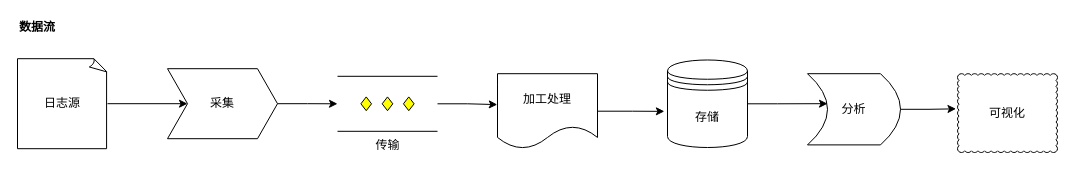
abigalexy/online_drawing keeps this draw.io diagram as achitecture_diagram/亿级日志数据处理流程.drawio. Above is the earlier version. Source tidied: cells renumbered, new cells numbered last; positions are measured from the earlier drawing's top-left corner, leaving out a move shared by most shapes. Both pictures are drawn from the tidied source at 100%, with x=0, y=0 at pixel (17, 17).
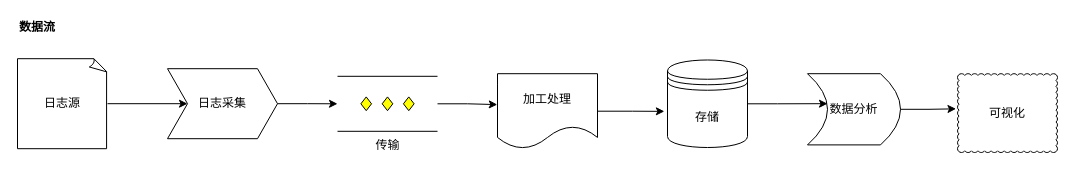
The same page after the edit.

Commit message:
更新亿级日志数据处理流程.drawio

What changed in the source:
```diff
@@
 <mxGraphModel>
   <root>
     <mxCell id="0" />
     <mxCell id="1" parent="0" />
     <mxCell id="2" style="group;" parent="1" vertex="1">
       <mxGeometry width="1040" height="135" as="geometry" />
     </mxCell>
     <mxCell id="3" style="edgeStyle=orthogonalEdgeStyle;rounded=0;jettySize=auto;html=1;entryX=0;entryY=0.5;entryDx=0;entryDy=0;" parent="2" edge="1" source="4" target="6">
       <mxGeometry relative="1" as="geometry" />
     </mxCell>
     <mxCell id="4" value="日志源" style="whiteSpace=wrap;html=1;shape=mxgraph.basic.document;" parent="2" vertex="1">
       <mxGeometry y="41.2" width="90" height="90" as="geometry" />
     </mxCell>
     <mxCell id="5" value="传输" style="verticalLabelPosition=bottom;verticalAlign=top;html=1;shape=mxgraph.flowchart.parallel_mode;" parent="2" vertex="1">
       <mxGeometry x="320" y="58.8" width="100" height="55" as="geometry" />
     </mxCell>
-    <mxCell id="6" value="采集" style="shape=step;perimeter=stepPerimeter;whiteSpace=wrap;html=1;fixedSize=1;" parent="2" vertex="1">
+    <mxCell id="6" value="日志采集" style="shape=step;perimeter=stepPerimeter;whiteSpace=wrap;html=1;fixedSize=1;" parent="2" vertex="1">
       <mxGeometry x="150" y="51.2" width="110" height="70" as="geometry" />
     </mxCell>
     <mxCell id="7" value="加工处理" style="shape=document;whiteSpace=wrap;html=1;boundedLbl=1;" parent="2" vertex="1">
       <mxGeometry x="480" y="56.2" width="100" height="75" as="geometry" />
     </mxCell>
     <mxCell id="8" value="存储" style="shape=datastore;whiteSpace=wrap;html=1;" parent="2" vertex="1">
       <mxGeometry x="650" y="42.5" width="80" height="87.5" as="geometry" />
     </mxCell>
-    <mxCell id="9" value="分析" style="shape=dataStorage;whiteSpace=wrap;html=1;fixedSize=1;direction=west;" parent="2" vertex="1">
+    <mxCell id="9" value="数据分析" style="shape=dataStorage;whiteSpace=wrap;html=1;fixedSize=1;direction=west;" parent="2" vertex="1">
       <mxGeometry x="790" y="56.2" width="93" height="71.2" as="geometry" />
     </mxCell>
     <mxCell id="10" value="可视化" style="whiteSpace=wrap;html=1;shape=mxgraph.basic.cloud_rect;" parent="2" vertex="1">
       <mxGeometry x="940" y="56.2" width="100" height="78.8" as="geometry" />
     </mxCell>
     <mxCell id="11" style="edgeStyle=orthogonalEdgeStyle;rounded=0;jettySize=auto;html=1;entryX=0;entryY=0.5;entryDx=0;entryDy=0;entryPerimeter=0;" parent="2" edge="1" source="6" target="5">
       <mxGeometry relative="1" as="geometry" />
     </mxCell>
     <mxCell id="12" style="edgeStyle=orthogonalEdgeStyle;rounded=0;jettySize=auto;html=1;entryX=-0.002;entryY=0.412;entryDx=0;entryDy=0;entryPerimeter=0;" parent="2" edge="1" source="5" target="7">
       <mxGeometry relative="1" as="geometry" />
     </mxCell>
     <mxCell id="13" style="edgeStyle=orthogonalEdgeStyle;rounded=0;jettySize=auto;html=1;entryX=-0.039;entryY=0.587;entryDx=0;entryDy=0;entryPerimeter=0;" parent="2" edge="1" source="7" target="8">
       <mxGeometry relative="1" as="geometry" />
     </mxCell>
     <mxCell id="14" style="edgeStyle=orthogonalEdgeStyle;rounded=0;jettySize=auto;html=1;entryX=0.785;entryY=0.579;entryDx=0;entryDy=0;entryPerimeter=0;" parent="2" edge="1" source="8" target="9">
       <mxGeometry relative="1" as="geometry" />
     </mxCell>
     <mxCell id="15" style="edgeStyle=orthogonalEdgeStyle;rounded=0;jettySize=auto;html=1;entryX=-0.015;entryY=0.446;entryDx=0;entryDy=0;entryPerimeter=0;" parent="2" edge="1" source="9" target="10">
       <mxGeometry relative="1" as="geometry" />
     </mxCell>
     <mxCell id="16" value="&lt;b&gt;数据流&lt;/b&gt;" style="text;strokeColor=none;align=center;fillColor=none;html=1;verticalAlign=middle;whiteSpace=wrap;rounded=0;" parent="2" vertex="1">
       <mxGeometry width="40" height="20" as="geometry" />
     </mxCell>
   </root>
 </mxGraphModel>
```
